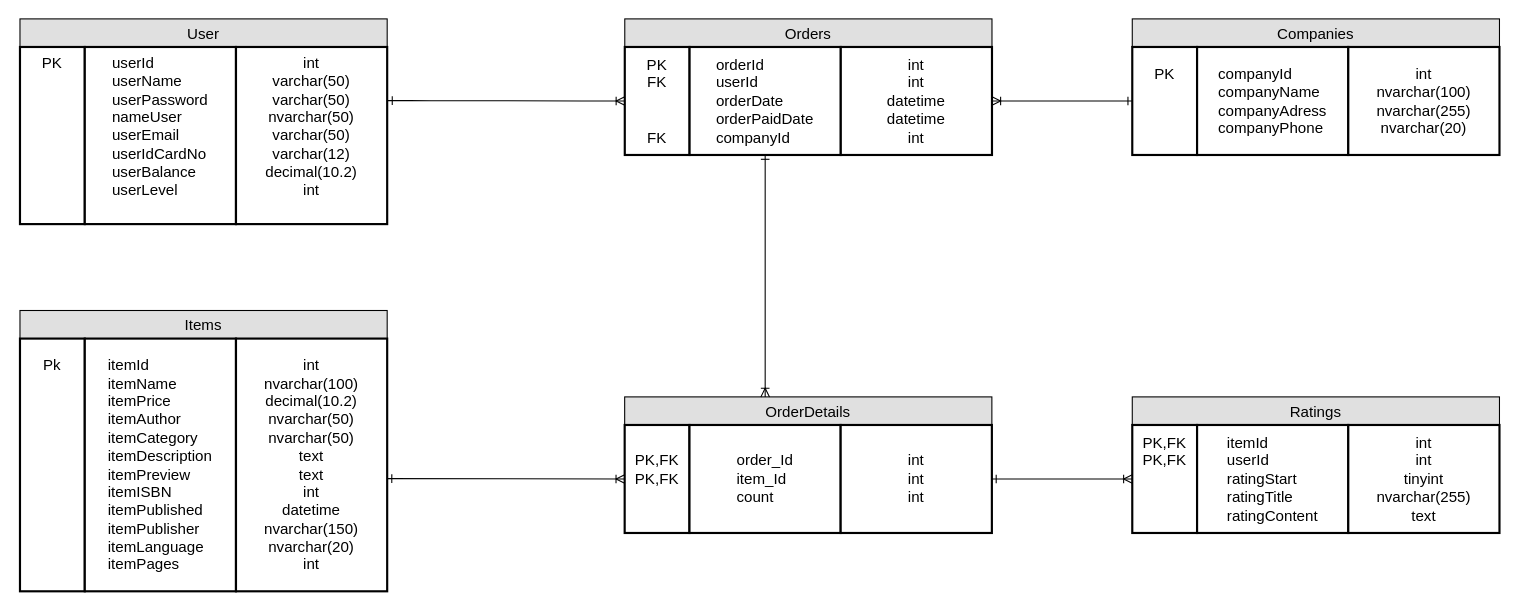
Earlier version of the draw.io diagram Documents/table.drawio (tung120320/E-Book-Order-G02). Source tidied: cells renumbered, new cells numbered last; positions are measured from the earlier drawing's top-left corner, leaving out a move shared by most shapes. Both pictures are drawn from the tidied source at 108%, with x=0, y=0 at pixel (19, 18).
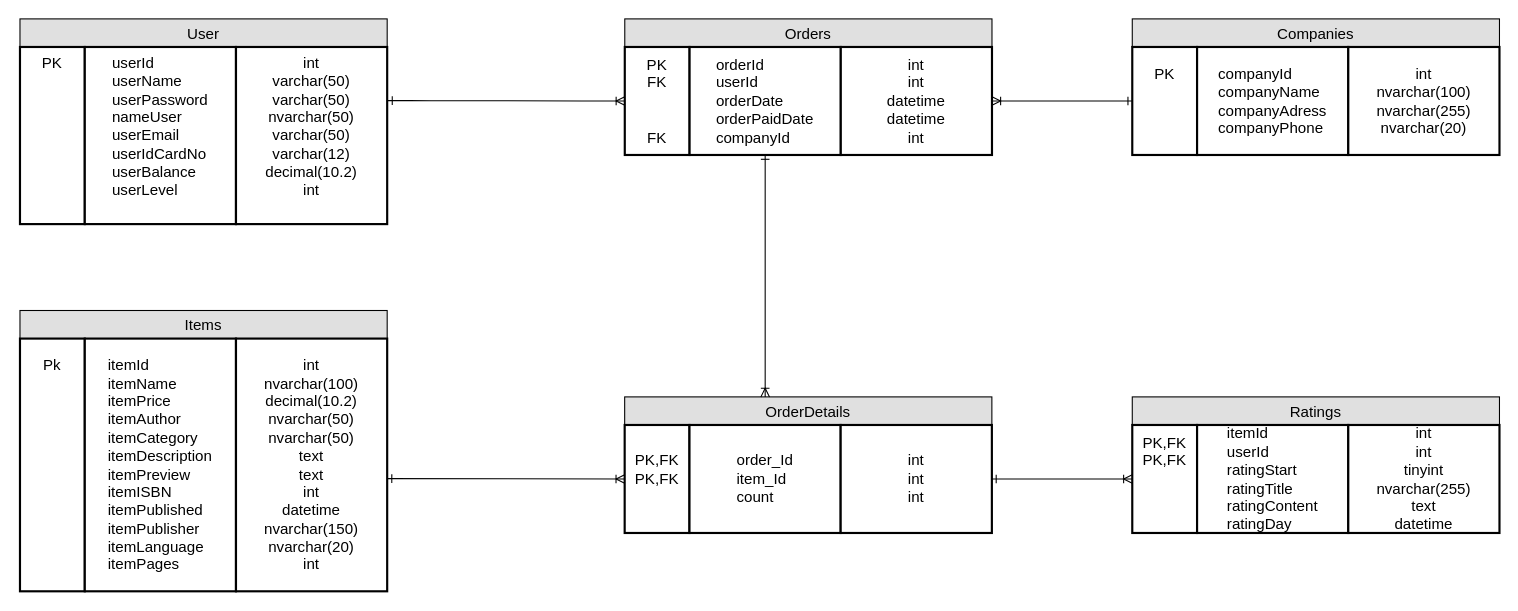
The same page after the edit.

What changed in the source:
```diff
@@
-    <mxCell id="23" value="&lt;div style=&quot;text-align: left&quot;&gt;&lt;span&gt;itemId&lt;/span&gt;&lt;br&gt;&lt;/div&gt;&lt;div style=&quot;text-align: left&quot;&gt;&lt;span&gt;userId&lt;/span&gt;&lt;span&gt;&lt;br&gt;&lt;/span&gt;&lt;/div&gt;&lt;div style=&quot;text-align: left&quot;&gt;&lt;span&gt;ratingStart&lt;/span&gt;&lt;span&gt;&lt;br&gt;&lt;/span&gt;&lt;/div&gt;&lt;div style=&quot;text-align: left&quot;&gt;&lt;span&gt;ratingTitle&lt;/span&gt;&lt;span&gt;&lt;br&gt;&lt;/span&gt;&lt;/div&gt;&lt;div style=&quot;text-align: left&quot;&gt;&lt;span&gt;ratingContent&lt;/span&gt;&lt;span&gt;&lt;br&gt;&lt;/span&gt;&lt;/div&gt;" style="strokeWidth=2;whiteSpace=wrap;html=1;align=center;fontSize=14;" parent="1" vertex="1">
+    <mxCell id="23" value="&lt;div style=&quot;text-align: left&quot;&gt;&lt;span&gt;itemId&lt;/span&gt;&lt;br&gt;&lt;/div&gt;&lt;div style=&quot;text-align: left&quot;&gt;&lt;span&gt;userId&lt;/span&gt;&lt;span&gt;&lt;br&gt;&lt;/span&gt;&lt;/div&gt;&lt;div style=&quot;text-align: left&quot;&gt;&lt;span&gt;ratingStart&lt;/span&gt;&lt;span&gt;&lt;br&gt;&lt;/span&gt;&lt;/div&gt;&lt;div style=&quot;text-align: left&quot;&gt;&lt;span&gt;ratingTitle&lt;/span&gt;&lt;span&gt;&lt;br&gt;&lt;/span&gt;&lt;/div&gt;&lt;div style=&quot;text-align: left&quot;&gt;&lt;span&gt;ratingContent&lt;/span&gt;&lt;span&gt;&lt;br&gt;&lt;/span&gt;&lt;/div&gt;&lt;div style=&quot;text-align: left&quot;&gt;&lt;span&gt;ratingDay&lt;/span&gt;&lt;/div&gt;" style="strokeWidth=2;whiteSpace=wrap;html=1;align=center;fontSize=14;" parent="1" vertex="1">
       <mxGeometry x="1089.9" y="376" width="140" height="100" as="geometry" />
     </mxCell>
-    <mxCell id="24" value="int&lt;br&gt;int&lt;br&gt;tinyint&lt;br&gt;nvarchar(255)&lt;br&gt;text&lt;br&gt;" style="strokeWidth=2;whiteSpace=wrap;html=1;align=center;fontSize=14;" parent="1" vertex="1">
+    <mxCell id="24" value="int&lt;br&gt;int&lt;br&gt;tinyint&lt;br&gt;nvarchar(255)&lt;br&gt;text&lt;br&gt;datetime&lt;br&gt;" style="strokeWidth=2;whiteSpace=wrap;html=1;align=center;fontSize=14;" parent="1" vertex="1">
       <mxGeometry x="1229.9" y="376" width="140" height="100" as="geometry" />
     </mxCell>
```
